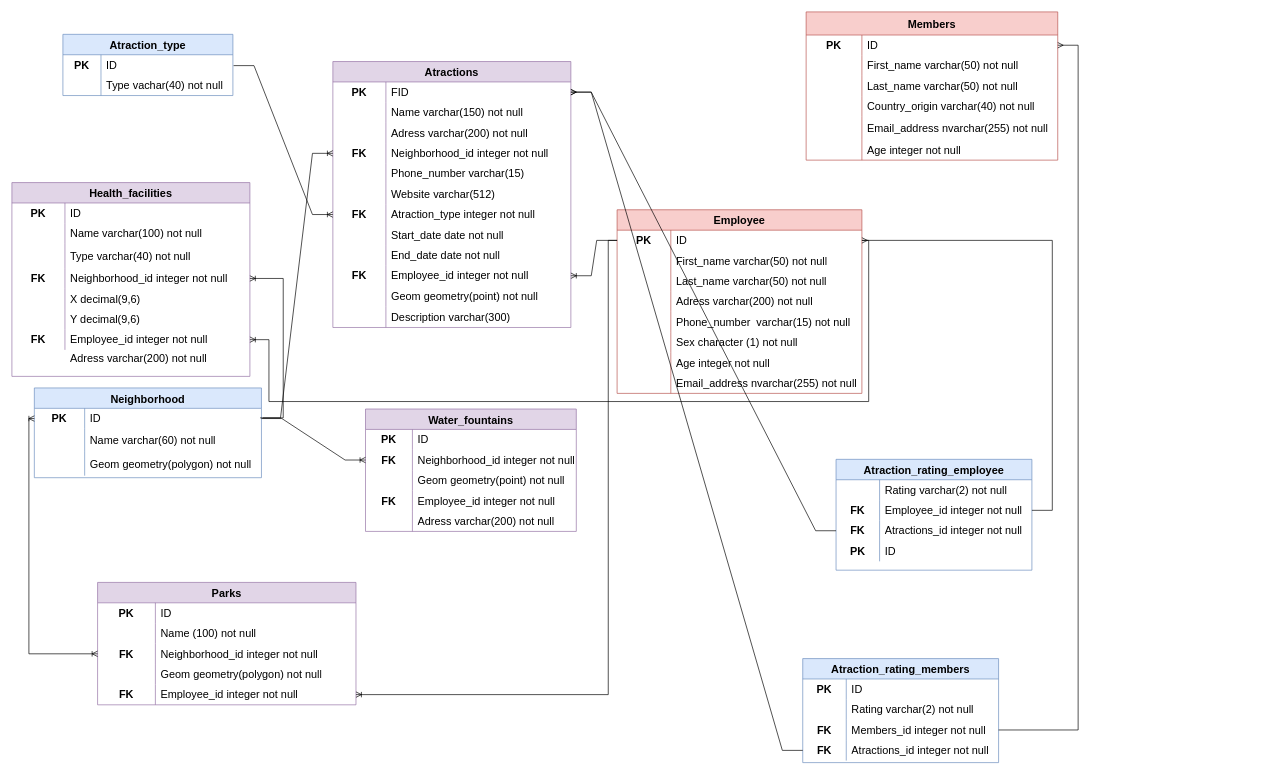
The draw.io diagram Model conceptual.drawio in RalucaDB/project_II_raluca, before the edit. Source tidied: cells renumbered, new cells numbered last; positions are measured from the earlier drawing's top-left corner, leaving out a move shared by most shapes. Both pictures are drawn from the tidied source at 68%, with x=0, y=0 at pixel (12, 12).
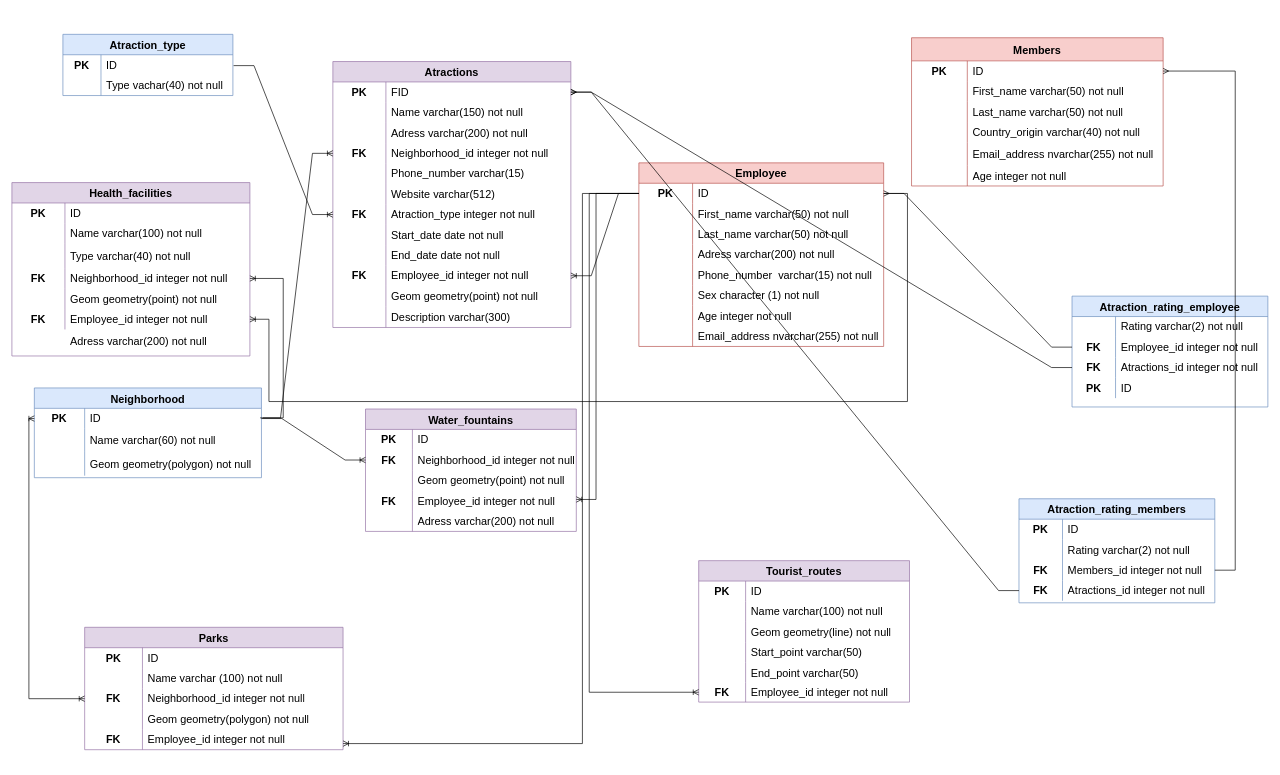
The same diagram, later.

Unchanged cells that the change refers to:
```xml
<mxCell id="40" style="shape=tableRow;horizontal=0;startSize=0;swimlaneHead=0;swimlaneBody=0;top=0;left=0;bottom=0;right=0;fillColor=none;points=[[0,0.5],[1,0.5]];portConstraint=eastwest;strokeColor=inherit;fontSize=16;" parent="39" vertex="1">
  <mxGeometry y="30" width="360" height="30" as="geometry" />
</mxCell>
<mxCell id="96" style="shape=tableRow;horizontal=0;startSize=0;swimlaneHead=0;swimlaneBody=0;top=0;left=0;bottom=0;right=0;fillColor=none;strokeColor=inherit;fontSize=16;" parent="83" vertex="1">
  <mxGeometry y="156" width="350" height="30" as="geometry" />
</mxCell>
<mxCell id="132" style="shape=tableRow;horizontal=0;startSize=0;swimlaneHead=0;swimlaneBody=0;top=0;left=0;bottom=0;right=0;fillColor=none;points=[[0,0.5],[1,0.5]];portConstraint=eastwest;strokeColor=inherit;fontSize=16;" parent="122" vertex="1">
  <mxGeometry y="120" width="310" height="30" as="geometry" />
</mxCell>
<mxCell id="175" style="shape=tableRow;horizontal=0;startSize=0;swimlaneHead=0;swimlaneBody=0;top=0;left=0;bottom=0;right=0;fillColor=none;strokeColor=inherit;fontSize=16;" parent="171" vertex="1">
  <mxGeometry y="60" width="380" height="30" as="geometry" />
</mxCell>
<mxCell id="184" style="shape=tableRow;horizontal=0;startSize=0;swimlaneHead=0;swimlaneBody=0;top=0;left=0;bottom=0;right=0;fillColor=none;points=[[0,0.5],[1,0.5]];portConstraint=eastwest;strokeColor=inherit;fontSize=16;" parent="171" vertex="1">
  <mxGeometry y="150" width="380" height="30" as="geometry" />
</mxCell>
```

Change to the diagram source:
```diff
@@
     <mxCell id="39" value="Employee" style="shape=table;startSize=30;childLayout=tableLayout;rowLines=0;fontStyle=1;strokeColor=#b85450;fontSize=16;fillColor=#f8cecc;" parent="1" vertex="1">
-      <mxGeometry x="890" y="291" width="360" height="270" as="geometry" />
+      <mxGeometry x="922" y="222" width="360" height="270" as="geometry" />
     </mxCell>
@@
     <mxCell id="64" value="Members" style="shape=table;startSize=34;childLayout=tableLayout;rowLines=0;fontStyle=1;strokeColor=#b85450;fontSize=16;fillColor=#f8cecc;" parent="1" vertex="1">
-      <mxGeometry x="1168" width="370" height="218" as="geometry" />
+      <mxGeometry x="1323" y="38" width="370" height="218" as="geometry" />
     </mxCell>
@@
     <mxCell id="83" value="Health_facilities" style="shape=table;startSize=30;childLayout=tableLayout;rowLines=0;fontStyle=1;strokeColor=#9673a6;fontSize=16;fillColor=#e1d5e7;" parent="1" vertex="1">
-      <mxGeometry y="251" width="350" height="285" as="geometry" />
+      <mxGeometry y="251" width="350" height="255" as="geometry" />
     </mxCell>
@@
-    <mxCell id="98" value="X decimal(9,6)&amp;nbsp;" style="shape=partialRectangle;html=1;whiteSpace=wrap;fillColor=none;top=0;left=0;bottom=0;right=0;align=left;spacingLeft=6;overflow=hidden;strokeColor=inherit;fontSize=16;" parent="96" vertex="1">
+    <mxCell id="98" value="Geom geometry(point) not null" style="shape=partialRectangle;html=1;whiteSpace=wrap;fillColor=none;top=0;left=0;bottom=0;right=0;align=left;spacingLeft=6;overflow=hidden;strokeColor=inherit;fontSize=16;" parent="96" vertex="1">
       <mxGeometry x="78" width="272" height="30" as="geometry" />
     </mxCell>
-    <mxCell id="99" style="shape=tableRow;horizontal=0;startSize=0;swimlaneHead=0;swimlaneBody=0;top=0;left=0;bottom=0;right=0;fillColor=none;strokeColor=inherit;fontSize=16;" parent="83" vertex="1">
-      <mxGeometry y="186" width="350" height="30" as="geometry" />
-    </mxCell>
-    <mxCell id="100" style="shape=partialRectangle;html=1;whiteSpace=wrap;fillColor=none;top=0;left=0;bottom=0;right=0;overflow=hidden;strokeColor=inherit;fontSize=16;" parent="99" vertex="1">
-      <mxGeometry width="78" height="30" as="geometry" />
-    </mxCell>
-    <mxCell id="101" value="Y decimal(9,6)&amp;nbsp;" style="shape=partialRectangle;html=1;whiteSpace=wrap;fillColor=none;top=0;left=0;bottom=0;right=0;align=left;spacingLeft=6;overflow=hidden;strokeColor=inherit;fontSize=16;" parent="99" vertex="1">
-      <mxGeometry x="78" width="272" height="30" as="geometry" />
-    </mxCell>
     <mxCell id="102" style="shape=tableRow;horizontal=0;startSize=0;swimlaneHead=0;swimlaneBody=0;top=0;left=0;bottom=0;right=0;fillColor=none;points=[[0,0.5],[1,0.5]];portConstraint=eastwest;strokeColor=inherit;fontSize=16;" parent="83" vertex="1">
-      <mxGeometry y="216" width="350" height="30" as="geometry" />
+      <mxGeometry y="186" width="350" height="30" as="geometry" />
     </mxCell>
@@
     <mxCell id="138" value="Atraction_rating_employee" style="shape=table;startSize=30;childLayout=tableLayout;rowLines=0;fontStyle=1;strokeColor=#6c8ebf;fontSize=16;fillColor=#dae8fc;" parent="1" vertex="1">
-      <mxGeometry x="1212" y="658" width="288" height="163" as="geometry" />
+      <mxGeometry x="1559" y="418" width="288" height="163" as="geometry" />
     </mxCell>
@@
     <mxCell id="151" value="Atraction_rating_members" style="shape=table;startSize=30;childLayout=tableLayout;rowLines=0;fontStyle=1;strokeColor=#6c8ebf;fontSize=16;fillColor=#dae8fc;" parent="1" vertex="1">
-      <mxGeometry x="1163" y="951" width="288" height="153" as="geometry" />
+      <mxGeometry x="1481" y="716" width="288" height="153" as="geometry" />
     </mxCell>
@@
     <mxCell id="168" style="edgeStyle=orthogonalEdgeStyle;fontSize=12;html=1;endArrow=ERoneToMany;rounded=0;jumpStyle=none;exitX=1;exitY=0.5;exitDx=0;exitDy=0;entryX=1;entryY=0.5;entryDx=0;entryDy=0;" parent="1" edge="1" source="40" target="102">
       <mxGeometry relative="1" as="geometry">
         <Array as="points">
-          <mxPoint x="1260" y="336" />
-          <mxPoint x="1260" y="573" />
+          <mxPoint x="1317" y="267" />
+          <mxPoint x="1317" y="573" />
           <mxPoint x="378" y="573" />
-          <mxPoint x="378" y="482" />
+          <mxPoint x="378" y="452" />
         </Array>
       </mxGeometry>
     </mxCell>
@@
     <mxCell id="170" value="Adress varchar(200) not null" style="shape=partialRectangle;html=1;whiteSpace=wrap;fillColor=none;top=0;left=0;bottom=0;right=0;align=left;spacingLeft=6;overflow=hidden;strokeColor=inherit;fontSize=16;" parent="1" vertex="1">
-      <mxGeometry x="78" y="495" width="272" height="30" as="geometry" />
+      <mxGeometry x="78" y="469" width="272" height="30" as="geometry" />
     </mxCell>
     <mxCell id="171" value="Parks" style="shape=table;startSize=30;childLayout=tableLayout;rowLines=0;fontStyle=1;strokeColor=#9673a6;fontSize=16;fillColor=#e1d5e7;" parent="1" vertex="1">
-      <mxGeometry x="126" y="839" width="380" height="180" as="geometry" />
+      <mxGeometry x="107" y="905" width="380" height="180" as="geometry" />
     </mxCell>
@@
-    <mxCell id="177" value="Name (100) not null" style="shape=partialRectangle;html=1;whiteSpace=wrap;fillColor=none;top=0;left=0;bottom=0;right=0;align=left;spacingLeft=6;overflow=hidden;strokeColor=inherit;fontSize=16;" parent="175" vertex="1">
+    <mxCell id="177" value="Name varchar (100) not null" style="shape=partialRectangle;html=1;whiteSpace=wrap;fillColor=none;top=0;left=0;bottom=0;right=0;align=left;spacingLeft=6;overflow=hidden;strokeColor=inherit;fontSize=16;" parent="175" vertex="1">
       <mxGeometry x="85" width="295" height="30" as="geometry" />
     </mxCell>
@@
-    <mxCell id="188" style="edgeStyle=orthogonalEdgeStyle;fontSize=12;html=1;endArrow=ERoneToMany;rounded=0;entryX=1;entryY=0.5;entryDx=0;entryDy=0;" parent="1" edge="1" source="40" target="184">
+    <mxCell id="188" style="edgeStyle=orthogonalEdgeStyle;fontSize=12;html=1;endArrow=ERoneToMany;rounded=0;" parent="1" edge="1" source="40" target="184">
       <mxGeometry relative="1" as="geometry">
         <Array as="points">
-          <mxPoint x="877" y="336" />
-          <mxPoint x="877" y="1004" />
+          <mxPoint x="839" y="267" />
+          <mxPoint x="839" y="1076" />
         </Array>
       </mxGeometry>
     </mxCell>
@@
+    <mxCell id="193" value="Tourist_routes" style="shape=table;startSize=30;childLayout=tableLayout;rowLines=0;fontStyle=1;strokeColor=#9673a6;fontSize=16;fillColor=#e1d5e7;" parent="1" vertex="1">
+      <mxGeometry x="1010" y="807" width="310" height="208" as="geometry" />
+    </mxCell>
+    <mxCell id="194" style="shape=tableRow;horizontal=0;startSize=0;swimlaneHead=0;swimlaneBody=0;top=0;left=0;bottom=0;right=0;fillColor=none;strokeColor=inherit;fontSize=16;" parent="193" vertex="1">
+      <mxGeometry y="30" width="310" height="30" as="geometry" />
+    </mxCell>
+    <mxCell id="195" value="&lt;b&gt;PK&lt;/b&gt;" style="shape=partialRectangle;html=1;whiteSpace=wrap;fillColor=none;top=0;left=0;bottom=0;right=0;overflow=hidden;strokeColor=inherit;fontSize=16;" parent="194" vertex="1">
+      <mxGeometry width="69" height="30" as="geometry" />
+    </mxCell>
+    <mxCell id="196" value="ID" style="shape=partialRectangle;html=1;whiteSpace=wrap;fillColor=none;top=0;left=0;bottom=0;right=0;align=left;spacingLeft=6;overflow=hidden;strokeColor=inherit;fontSize=16;" parent="194" vertex="1">
+      <mxGeometry x="69" width="241" height="30" as="geometry" />
+    </mxCell>
+    <mxCell id="197" style="shape=tableRow;horizontal=0;startSize=0;swimlaneHead=0;swimlaneBody=0;top=0;left=0;bottom=0;right=0;fillColor=none;strokeColor=inherit;fontSize=16;" parent="193" vertex="1">
+      <mxGeometry y="60" width="310" height="30" as="geometry" />
+    </mxCell>
+    <mxCell id="198" style="shape=partialRectangle;html=1;whiteSpace=wrap;fillColor=none;top=0;left=0;bottom=0;right=0;overflow=hidden;strokeColor=inherit;fontSize=16;" parent="197" vertex="1">
+      <mxGeometry width="69" height="30" as="geometry" />
+    </mxCell>
+    <mxCell id="199" value="Name varchar(100) not null&amp;nbsp;" style="shape=partialRectangle;html=1;whiteSpace=wrap;fillColor=none;top=0;left=0;bottom=0;right=0;align=left;spacingLeft=6;overflow=hidden;strokeColor=inherit;fontSize=16;" parent="197" vertex="1">
+      <mxGeometry x="69" width="241" height="30" as="geometry" />
+    </mxCell>
+    <mxCell id="200" style="shape=tableRow;horizontal=0;startSize=0;swimlaneHead=0;swimlaneBody=0;top=0;left=0;bottom=0;right=0;fillColor=none;strokeColor=inherit;fontSize=16;" parent="193" vertex="1">
+      <mxGeometry y="90" width="310" height="30" as="geometry" />
+    </mxCell>
+    <mxCell id="201" style="shape=partialRectangle;html=1;whiteSpace=wrap;fillColor=none;top=0;left=0;bottom=0;right=0;overflow=hidden;strokeColor=inherit;fontSize=16;" parent="200" vertex="1">
+      <mxGeometry width="69" height="30" as="geometry" />
+    </mxCell>
+    <mxCell id="202" value="Geom geometry(line) not null" style="shape=partialRectangle;html=1;whiteSpace=wrap;fillColor=none;top=0;left=0;bottom=0;right=0;align=left;spacingLeft=6;overflow=hidden;strokeColor=inherit;fontSize=16;" parent="200" vertex="1">
+      <mxGeometry x="69" width="241" height="30" as="geometry" />
+    </mxCell>
+    <mxCell id="203" style="shape=tableRow;horizontal=0;startSize=0;swimlaneHead=0;swimlaneBody=0;top=0;left=0;bottom=0;right=0;fillColor=none;strokeColor=inherit;fontSize=16;" parent="193" vertex="1">
+      <mxGeometry y="120" width="310" height="30" as="geometry" />
+    </mxCell>
+    <mxCell id="204" style="shape=partialRectangle;html=1;whiteSpace=wrap;fillColor=none;top=0;left=0;bottom=0;right=0;overflow=hidden;strokeColor=inherit;fontSize=16;" parent="203" vertex="1">
+      <mxGeometry width="69" height="30" as="geometry" />
+    </mxCell>
+    <mxCell id="205" value="Start_point varchar(50)&amp;nbsp;" style="shape=partialRectangle;html=1;whiteSpace=wrap;fillColor=none;top=0;left=0;bottom=0;right=0;align=left;spacingLeft=6;overflow=hidden;strokeColor=inherit;fontSize=16;" parent="203" vertex="1">
+      <mxGeometry x="69" width="241" height="30" as="geometry" />
+    </mxCell>
+    <mxCell id="206" style="shape=tableRow;horizontal=0;startSize=0;swimlaneHead=0;swimlaneBody=0;top=0;left=0;bottom=0;right=0;fillColor=none;strokeColor=inherit;fontSize=16;" parent="193" vertex="1">
+      <mxGeometry y="150" width="310" height="29" as="geometry" />
+    </mxCell>
+    <mxCell id="207" style="shape=partialRectangle;html=1;whiteSpace=wrap;fillColor=none;top=0;left=0;bottom=0;right=0;overflow=hidden;strokeColor=inherit;fontSize=16;" parent="206" vertex="1">
+      <mxGeometry width="69" height="29" as="geometry" />
+    </mxCell>
+    <mxCell id="208" value="End_point varchar(50)" style="shape=partialRectangle;html=1;whiteSpace=wrap;fillColor=none;top=0;left=0;bottom=0;right=0;align=left;spacingLeft=6;overflow=hidden;strokeColor=inherit;fontSize=16;" parent="206" vertex="1">
+      <mxGeometry x="69" width="241" height="29" as="geometry" />
+    </mxCell>
+    <mxCell id="209" style="shape=tableRow;horizontal=0;startSize=0;swimlaneHead=0;swimlaneBody=0;top=0;left=0;bottom=0;right=0;fillColor=none;points=[[0,0.5],[1,0.5]];portConstraint=eastwest;strokeColor=inherit;fontSize=16;" parent="193" vertex="1">
+      <mxGeometry y="179" width="310" height="29" as="geometry" />
+    </mxCell>
+    <mxCell id="210" value="&lt;b&gt;FK&lt;/b&gt;" style="shape=partialRectangle;html=1;whiteSpace=wrap;fillColor=none;top=0;left=0;bottom=0;right=0;overflow=hidden;strokeColor=inherit;fontSize=16;" parent="209" vertex="1">
+      <mxGeometry width="69" height="29" as="geometry" />
+    </mxCell>
+    <mxCell id="211" value="Employee_id integer not null" style="shape=partialRectangle;html=1;whiteSpace=wrap;fillColor=none;top=0;left=0;bottom=0;right=0;align=left;spacingLeft=6;overflow=hidden;strokeColor=inherit;fontSize=16;" parent="209" vertex="1">
+      <mxGeometry x="69" width="241" height="29" as="geometry" />
+    </mxCell>
+    <mxCell id="212" style="edgeStyle=orthogonalEdgeStyle;fontSize=12;html=1;endArrow=ERoneToMany;rounded=0;entryX=0;entryY=0.5;entryDx=0;entryDy=0;" parent="1" edge="1" source="40" target="209">
+      <mxGeometry relative="1" as="geometry">
+        <Array as="points">
+          <mxPoint x="849" y="267" />
+          <mxPoint x="849" y="1001" />
+        </Array>
+      </mxGeometry>
+    </mxCell>
+    <mxCell id="213" style="edgeStyle=orthogonalEdgeStyle;fontSize=12;html=1;endArrow=ERoneToMany;rounded=0;exitX=0;exitY=0.5;exitDx=0;exitDy=0;" parent="1" edge="1" source="40" target="132">
+      <mxGeometry relative="1" as="geometry">
+        <Array as="points">
+          <mxPoint x="859" y="267" />
+          <mxPoint x="859" y="717" />
+        </Array>
+      </mxGeometry>
+    </mxCell>
```
